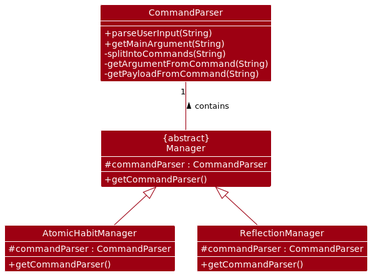
Earlier version of the PlantUML export docs/diagrams/CommandParserClass.png (wenxin-c/tp).
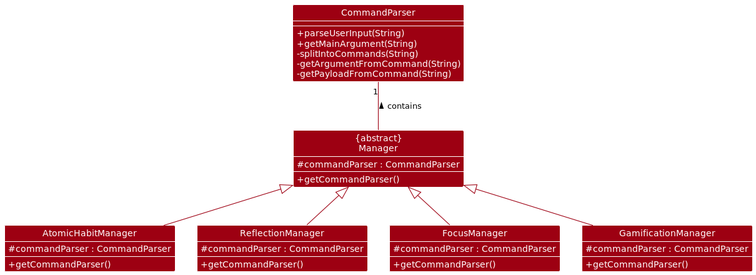
After the commit.

Diff of the diagram source:
```diff
@@ -29,10 +29,21 @@
     + getCommandParser()
 }
 
+Class FocusManager {
+    # commandParser : CommandParser
+    + getCommandParser()
+}
+
+Class GamificationManager {
+    # commandParser : CommandParser
+    + getCommandParser()
+}
+
+
 CommandParser "1" -- Manager : contains <
 Manager <|-- AtomicHabitManager
 Manager <|-- ReflectionManager
-
-
+Manager <|-- GamificationManager
+Manager <|-- FocusManager
 
 @enduml
```
